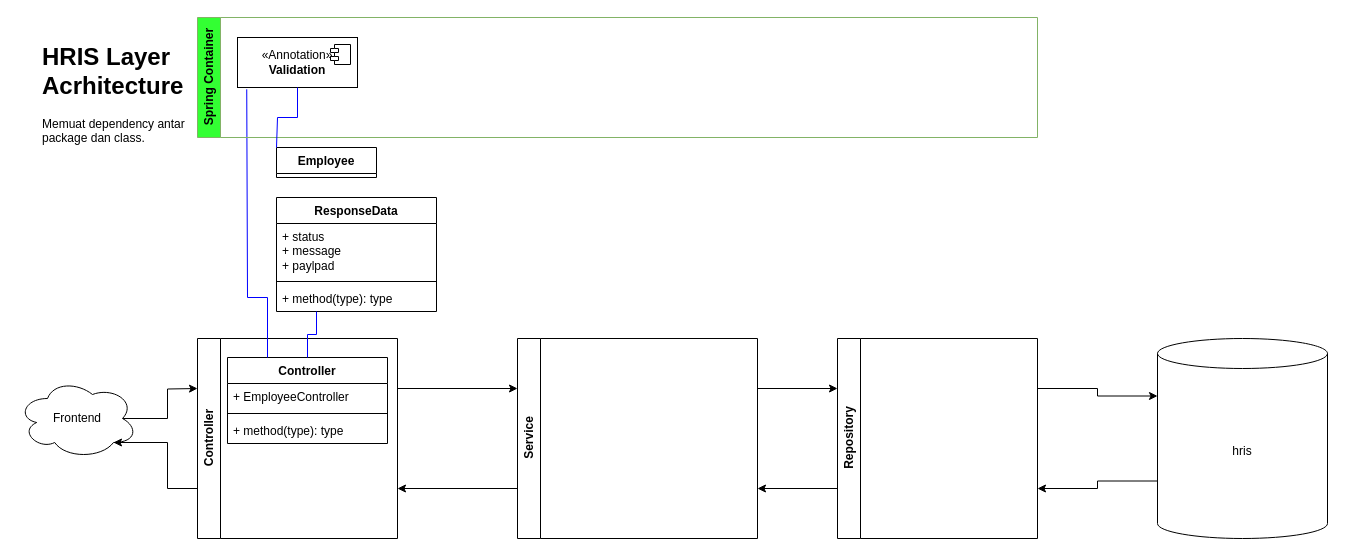
Before: page "Layer Architecture" (1 of 5) of LayerAcrhitectureHRIS.drawio in jarisiber/layer-architecture, a draw.io diagram. Source tidied: cells renumbered, new cells numbered last; positions are measured from the earlier drawing's top-left corner, leaving out a move shared by most shapes. Both pictures are drawn from the tidied source at 100%, with x=0, y=0 at pixel (17, 17).
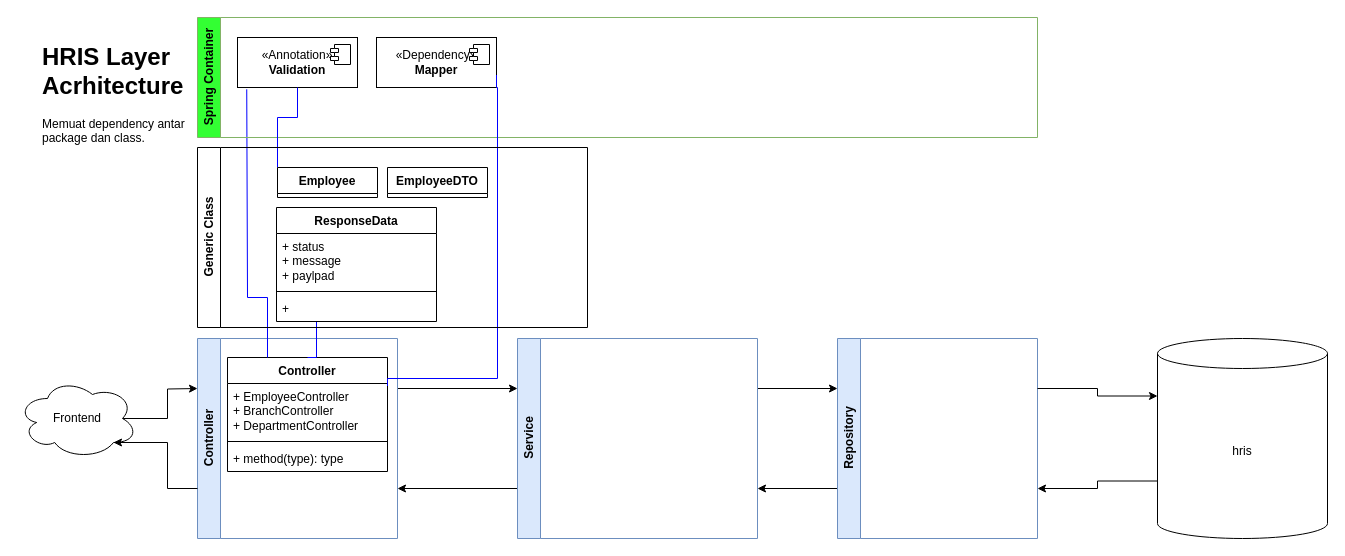
Above is the later version.

Unchanged cells that the change refers to:
```xml
<mxCell id="21" value="Spring Container" style="swimlane;horizontal=0;whiteSpace=wrap;html=1;fillColor=#33FF33;strokeColor=#82b366;fillStyle=solid;labelBackgroundColor=none;gradientColor=none;" parent="1" vertex="1">
  <mxGeometry x="180" width="840" height="120" as="geometry" />
</mxCell>
<mxCell id="22" value="«Annotation»&lt;br&gt;&lt;b&gt;Validation&lt;/b&gt;" style="html=1;whiteSpace=wrap;" parent="21" vertex="1">
  <mxGeometry x="40" y="20" width="120" height="50" as="geometry" />
</mxCell>
```

The edit, as a diff of the source:
```diff
@@
-    <mxCell id="3" value="Controller" style="swimlane;horizontal=0;whiteSpace=wrap;html=1;" parent="1" vertex="1">
+    <mxCell id="3" value="Controller" style="swimlane;horizontal=0;whiteSpace=wrap;html=1;fillColor=#dae8fc;strokeColor=#6c8ebf;" parent="1" vertex="1">
       <mxGeometry x="180" y="321" width="200" height="200" as="geometry" />
     </mxCell>
     <mxCell id="4" value="Controller" style="swimlane;fontStyle=1;align=center;verticalAlign=top;horizontal=1;startSize=26;whiteSpace=wrap;html=1;" parent="3" vertex="1">
-      <mxGeometry x="30" y="19" width="160" height="86" as="geometry" />
+      <mxGeometry x="30" y="19" width="160" height="114" as="geometry" />
     </mxCell>
-    <mxCell id="5" value="+ EmployeeController" style="text;strokeColor=none;fillColor=none;align=left;verticalAlign=top;spacingLeft=4;spacingRight=4;overflow=hidden;whiteSpace=wrap;html=1;" parent="4" vertex="1">
-      <mxGeometry y="26" width="160" height="26" as="geometry" />
+    <mxCell id="5" value="+ EmployeeController&lt;br&gt;+ BranchController&lt;br&gt;+ DepartmentController" style="text;strokeColor=none;fillColor=none;align=left;verticalAlign=top;spacingLeft=4;spacingRight=4;overflow=hidden;whiteSpace=wrap;html=1;" parent="4" vertex="1">
+      <mxGeometry y="26" width="160" height="54" as="geometry" />
     </mxCell>
     <mxCell id="6" style="line;strokeWidth=1;fillColor=none;align=left;verticalAlign=middle;spacingTop=-1;spacingLeft=3;spacingRight=3;labelPosition=right;strokeColor=inherit;" parent="4" vertex="1">
-      <mxGeometry y="52" width="160" height="8" as="geometry" />
+      <mxGeometry y="80" width="160" height="8" as="geometry" />
     </mxCell>
     <mxCell id="7" value="+ method(type): type" style="text;strokeColor=none;fillColor=none;align=left;verticalAlign=top;spacingLeft=4;spacingRight=4;overflow=hidden;whiteSpace=wrap;html=1;" parent="4" vertex="1">
-      <mxGeometry y="60" width="160" height="26" as="geometry" />
+      <mxGeometry y="88" width="160" height="26" as="geometry" />
     </mxCell>
@@
-    <mxCell id="10" value="Service" style="swimlane;horizontal=0;whiteSpace=wrap;html=1;" parent="1" vertex="1">
+    <mxCell id="10" value="Service" style="swimlane;horizontal=0;whiteSpace=wrap;html=1;fillColor=#dae8fc;strokeColor=#6c8ebf;" parent="1" vertex="1">
       <mxGeometry x="500" y="321" width="240" height="200" as="geometry" />
     </mxCell>
@@
-    <mxCell id="12" value="Repository" style="swimlane;horizontal=0;whiteSpace=wrap;html=1;" parent="1" vertex="1">
+    <mxCell id="12" value="Repository" style="swimlane;horizontal=0;whiteSpace=wrap;html=1;fillColor=#dae8fc;strokeColor=#6c8ebf;" parent="1" vertex="1">
       <mxGeometry x="820" y="321" width="200" height="200" as="geometry" />
     </mxCell>
@@
+    <mxCell id="31" value="«Dependency»&lt;br&gt;&lt;b&gt;Mapper&lt;/b&gt;" style="html=1;whiteSpace=wrap;" parent="21" vertex="1">
+      <mxGeometry x="179" y="20" width="120" height="50" as="geometry" />
+    </mxCell>
+    <mxCell id="32" style="shape=module;jettyWidth=8;jettyHeight=4;" parent="31" vertex="1">
+      <mxGeometry x="1" width="20" height="20" relative="1" as="geometry">
+        <mxPoint x="-27" y="7" as="offset" />
+      </mxGeometry>
+    </mxCell>
+    <mxCell id="25" style="endArrow=none;html=1;rounded=0;entryX=0;entryY=0;entryDx=0;entryDy=0;exitX=0.5;exitY=1;exitDx=0;exitDy=0;strokeColor=#0000FF;" parent="1" edge="1" source="22" target="24">
+      <mxGeometry relative="1" as="geometry">
+        <Array as="points">
+          <mxPoint x="280" y="100" />
+          <mxPoint x="260" y="100" />
+        </Array>
+      </mxGeometry>
+    </mxCell>
+    <mxCell id="30" style="edgeStyle=orthogonalEdgeStyle;rounded=0;jettySize=auto;html=1;exitX=0.5;exitY=0;exitDx=0;exitDy=0;entryX=0.25;entryY=1;entryDx=0;entryDy=0;strokeColor=#0000FF;endArrow=none;endFill=0;" parent="1" edge="1" source="4" target="26">
+      <mxGeometry relative="1" as="geometry" />
+    </mxCell>
+    <mxCell id="33" style="edgeStyle=orthogonalEdgeStyle;rounded=0;jettySize=auto;html=1;exitX=1;exitY=0.75;exitDx=0;exitDy=0;entryX=1;entryY=0.25;entryDx=0;entryDy=0;endArrow=none;endFill=0;strokeColor=#0000FF;" parent="1" edge="1" source="31" target="4">
+      <mxGeometry relative="1" as="geometry">
+        <Array as="points">
+          <mxPoint x="479" y="70" />
+          <mxPoint x="480" y="70" />
+          <mxPoint x="480" y="361" />
+        </Array>
+      </mxGeometry>
+    </mxCell>
+    <mxCell id="34" value="Generic Class" style="swimlane;horizontal=0;whiteSpace=wrap;html=1;" parent="1" vertex="1">
+      <mxGeometry x="180" y="130" width="390" height="180" as="geometry" />
+    </mxCell>
-    <mxCell id="24" value="Employee" style="swimlane;fontStyle=1;align=center;verticalAlign=top;horizontal=1;startSize=26;whiteSpace=wrap;html=1;" parent="1" vertex="1" collapsed="1">
-      <mxGeometry x="259" y="130" width="100" height="30" as="geometry" />
+    <mxCell id="24" value="Employee" style="swimlane;fontStyle=1;align=center;verticalAlign=top;horizontal=1;startSize=26;whiteSpace=wrap;html=1;" parent="34" vertex="1" collapsed="1">
+      <mxGeometry x="80" y="20" width="100" height="30" as="geometry" />
     </mxCell>
-    <mxCell id="25" style="endArrow=none;html=1;rounded=0;entryX=0;entryY=0;entryDx=0;entryDy=0;exitX=0.5;exitY=1;exitDx=0;exitDy=0;strokeColor=#0000FF;" parent="1" edge="1" source="22" target="24">
-      <mxGeometry relative="1" as="geometry">
-        <Array as="points">
-          <mxPoint x="280" y="100" />
-          <mxPoint x="260" y="100" />
-        </Array>
-      </mxGeometry>
-    </mxCell>
-    <mxCell id="26" value="ResponseData" style="swimlane;fontStyle=1;align=center;verticalAlign=top;horizontal=1;startSize=26;whiteSpace=wrap;html=1;" parent="1" vertex="1">
-      <mxGeometry x="259" y="180" width="160" height="114" as="geometry" />
+    <mxCell id="26" value="ResponseData" style="swimlane;fontStyle=1;align=center;verticalAlign=top;horizontal=1;startSize=26;whiteSpace=wrap;html=1;" parent="34" vertex="1">
+      <mxGeometry x="79" y="60" width="160" height="114" as="geometry" />
     </mxCell>
@@
-    <mxCell id="29" value="+ method(type): type" style="text;strokeColor=none;fillColor=none;align=left;verticalAlign=top;spacingLeft=4;spacingRight=4;overflow=hidden;whiteSpace=wrap;html=1;" parent="26" vertex="1">
+    <mxCell id="29" value="+&amp;nbsp;" style="text;strokeColor=none;fillColor=none;align=left;verticalAlign=top;spacingLeft=4;spacingRight=4;overflow=hidden;whiteSpace=wrap;html=1;" parent="26" vertex="1">
       <mxGeometry y="88" width="160" height="26" as="geometry" />
     </mxCell>
-    <mxCell id="30" style="edgeStyle=orthogonalEdgeStyle;rounded=0;jettySize=auto;html=1;exitX=0.5;exitY=0;exitDx=0;exitDy=0;entryX=0.25;entryY=1;entryDx=0;entryDy=0;strokeColor=#0000FF;endArrow=none;endFill=0;" parent="1" edge="1" source="4" target="26">
-      <mxGeometry relative="1" as="geometry" />
-    </mxCell>
+    <mxCell id="35" value="EmployeeDTO" style="swimlane;fontStyle=1;align=center;verticalAlign=top;horizontal=1;startSize=26;whiteSpace=wrap;html=1;" parent="34" vertex="1" collapsed="1">
+      <mxGeometry x="190" y="20" width="100" height="30" as="geometry" />
+    </mxCell>
```
